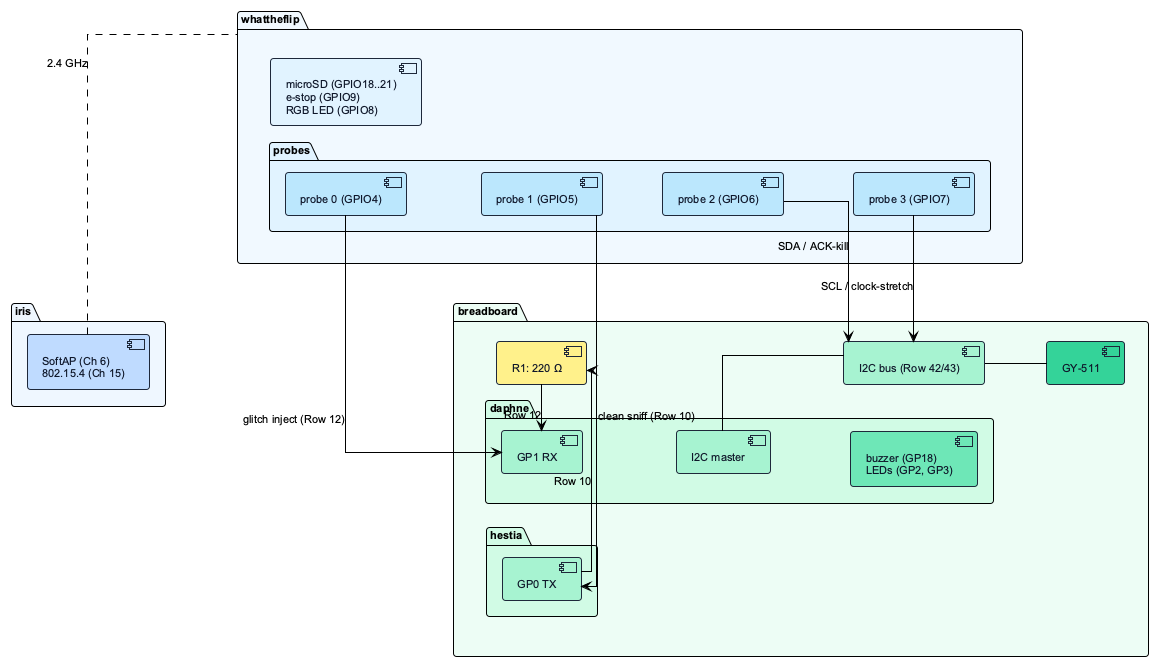
adoreblvnk/whattheflip keeps this PlantUML diagram as reports/diagrams/hardware_interconnect.png. Above is the earlier version. Source of this version:
```plantuml
@startuml hardware_interconnect
!theme plain
left to right direction
skinparam backgroundColor #FFFFFF
skinparam defaultFontName Arial
skinparam defaultFontSize 11
skinparam shadowing false
skinparam roundcorner 6
skinparam linetype ortho
skinparam nodesep 14
skinparam ranksep 60

skinparam component {
    BorderColor #1E293B
    BackgroundColor #F8FAFC
    FontColor #0F172A
    FontSize 11
}

package "whattheflip" as TOOL #F0F9FF {
    package "probes" as PROBES #E0F2FE {
        component "probe 0 (GPIO4)" as P0 #BAE6FD
        component "probe 1 (GPIO5)" as P1 #BAE6FD
        component "probe 2 (GPIO6)" as P2 #BAE6FD
        component "probe 3 (GPIO7)" as P3 #BAE6FD
        P0 -[hidden]down- P1
        P1 -[hidden]down- P2
        P2 -[hidden]down- P3
    }
    component "microSD (GPIO18..21)\ne-stop (GPIO9)\nRGB LED (GPIO8)" as ONBOARD #E0F2FE
}

package "breadboard" as BB #ECFDF5 {
    package "hestia" as VA #D1FAE5 {
        component "GP0 TX" as A_PINS #A7F3D0
    }

    component "R1: 220 Ω" as R1 #FEF08A

    package "daphne" as VB #D1FAE5 {
        component "GP1 RX" as B_RX #A7F3D0
        component "I2C master" as B_I2C #A7F3D0
        component "buzzer (GP18)\nLEDs (GP2, GP3)" as B_ACT #6EE7B7
        B_RX -[hidden]down- B_I2C
        B_I2C -[hidden]down- B_ACT
    }

    component "I2C bus (Row 42/43)" as BUS #A7F3D0
    component "GY-511" as IMU #34D399

    A_PINS -right-> R1 : Row 10
    R1 -right-> B_RX : Row 12
    B_I2C -- BUS
    BUS -- IMU
}

P1 -right-> A_PINS : clean sniff (Row 10)
P0 -right-> B_RX : glitch inject (Row 12)
P2 -right-> BUS : SDA / ACK-kill
P3 -right-> BUS : SCL / clock-stretch

package "iris" as WV #EFF6FF {
    component "SoftAP (Ch 6)\n802.15.4 (Ch 15)" as RF #BFDBFE
}

RF -.- TOOL : 2.4 GHz
RF -[hidden]down- BB
@enduml
```
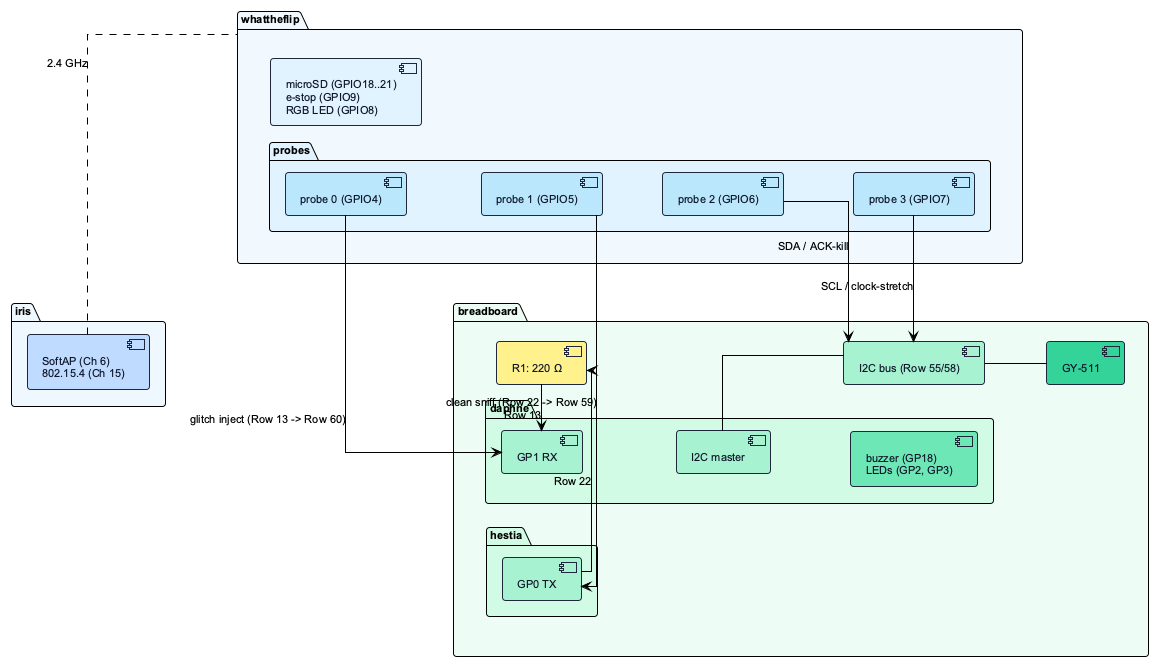
After the change.

Change to the diagram source:
```diff
@@ -45,17 +45,17 @@
         B_I2C -[hidden]down- B_ACT
     }
 
-    component "I2C bus (Row 42/43)" as BUS #A7F3D0
+    component "I2C bus (Row 55/58)" as BUS #A7F3D0
     component "GY-511" as IMU #34D399
 
-    A_PINS -right-> R1 : Row 10
-    R1 -right-> B_RX : Row 12
+    A_PINS -right-> R1 : Row 22
+    R1 -right-> B_RX : Row 13
     B_I2C -- BUS
     BUS -- IMU
 }
 
-P1 -right-> A_PINS : clean sniff (Row 10)
-P0 -right-> B_RX : glitch inject (Row 12)
+P1 -right-> A_PINS : clean sniff (Row 22 -> Row 59)
+P0 -right-> B_RX : glitch inject (Row 13 -> Row 60)
 P2 -right-> BUS : SDA / ACK-kill
 P3 -right-> BUS : SCL / clock-stretch
 
```
